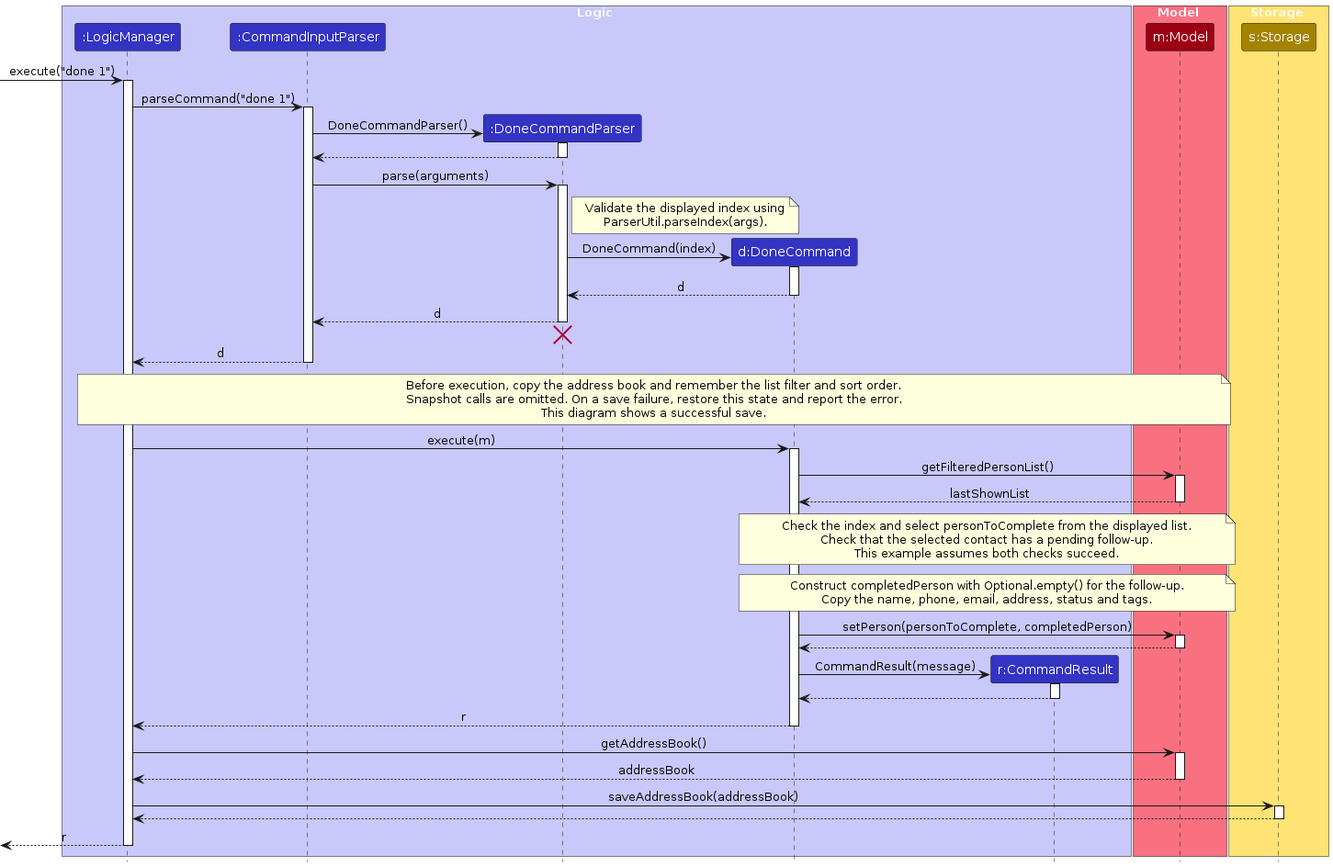
Before: diagrams/DoneSequenceDiagram.png, a diagram exported from PlantUML (AY2627S1-CS2103T-T09-2/tp). Its source is kept beside it as diagrams/DoneSequenceDiagram.puml.
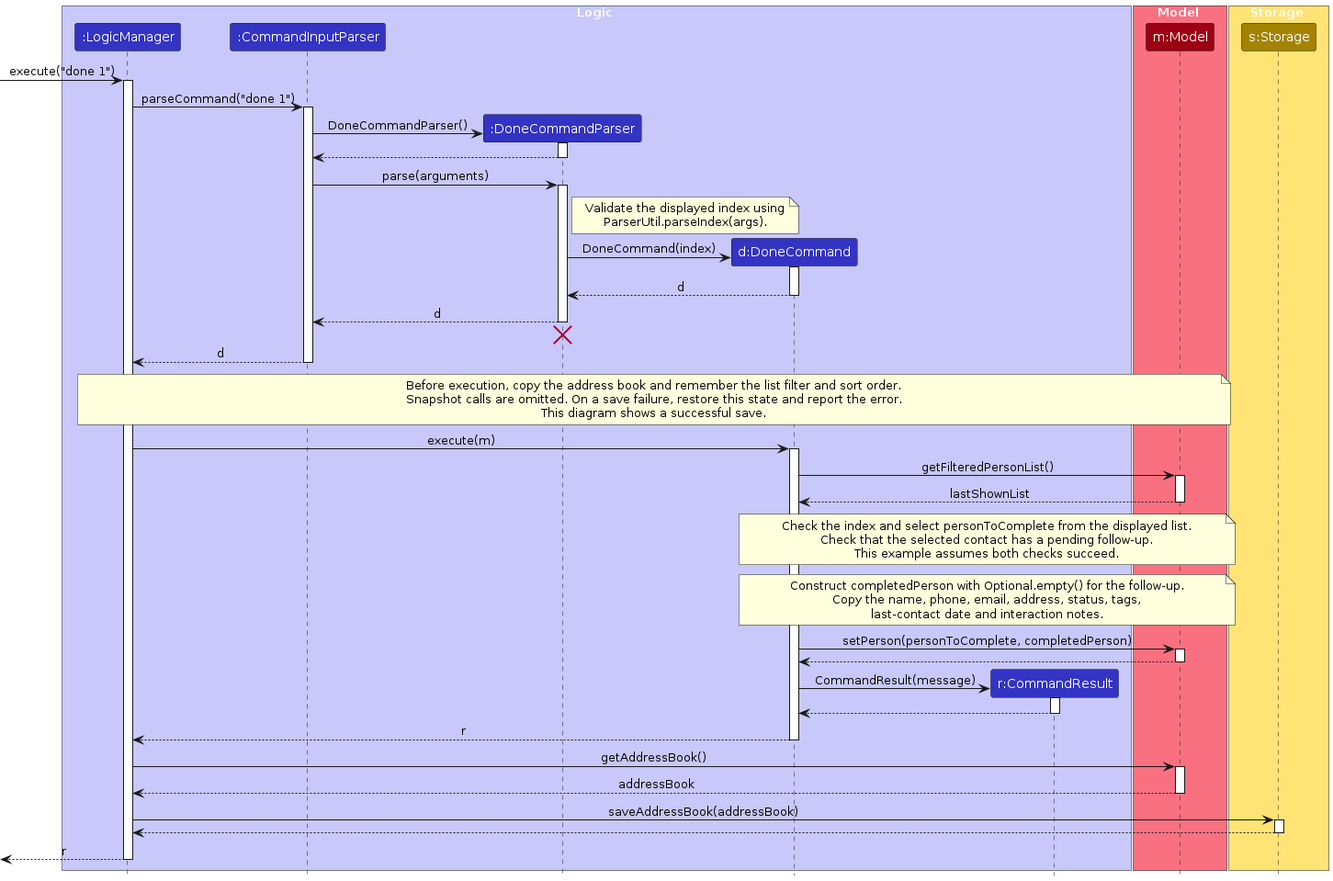
Later version of the same file.

What changed in the source:
```diff
@@ -73,7 +73,8 @@
 
 note over DoneCommand, Model
 Construct completedPerson with Optional.empty() for the follow-up.
-Copy the name, phone, email, address, status and tags.
+Copy the name, phone, email, address, status, tags,
+last-contact date and interaction notes.
 end note
 
 DoneCommand -> Model : setPerson(personToComplete, completedPerson)
```
